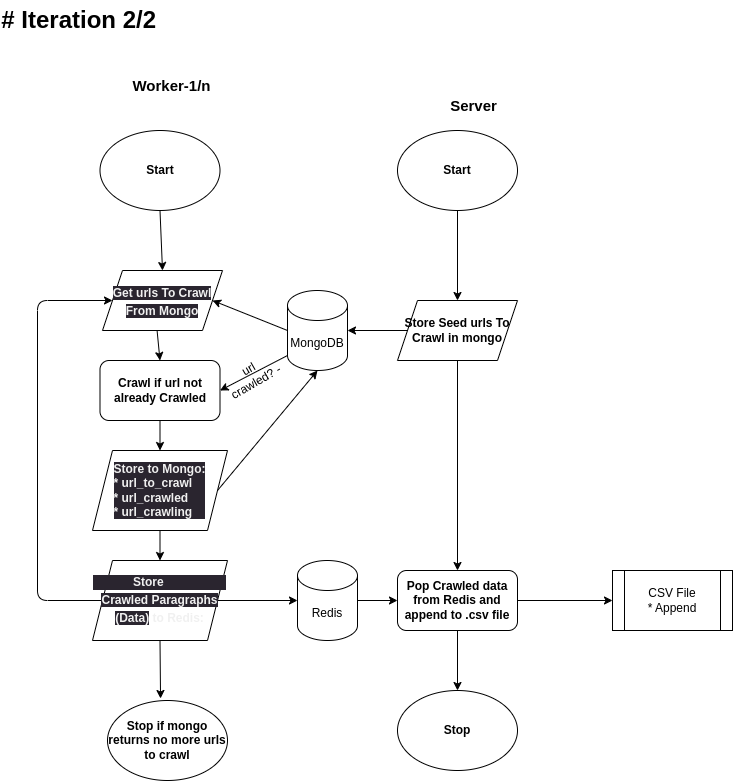
Above: server/workflow.png in Aananda-giri/scrapy_engine (draw.io), before the change. Source tidied: cells renumbered, new cells last; positions are measured from the earlier drawing's top-left corner, leaving out a move shared by most shapes.
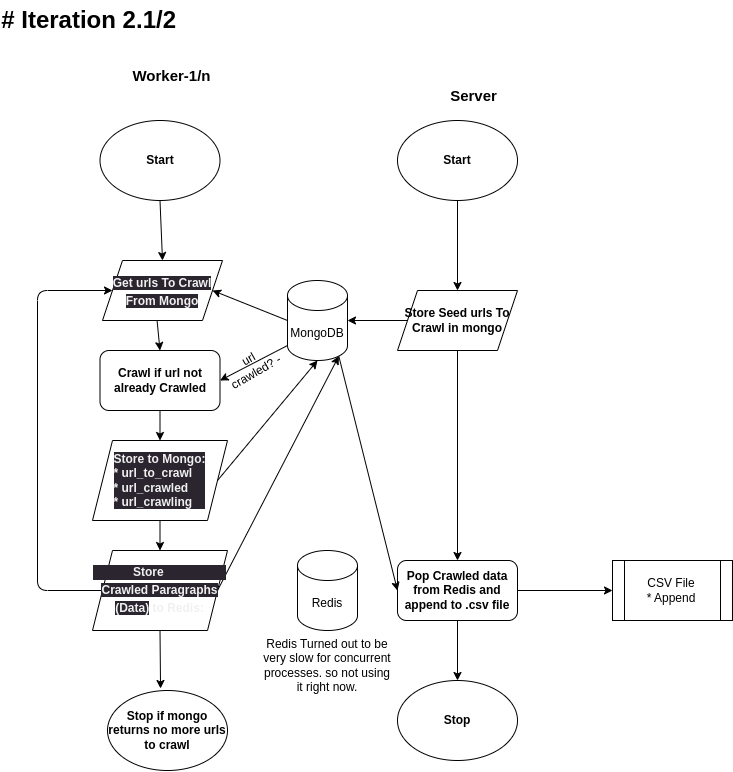
Later version of the same file.

Commit message:
using mongo db instead of redis for crawled_data transfer (redis is not being used at all at this point)

Change to the diagram source:
```diff
@@ -56,10 +56,7 @@
     <mxCell id="19" value="CSV File&lt;br&gt;* Append" style="shape=process;whiteSpace=wrap;html=1;backgroundOutline=1;" parent="1" vertex="1">
       <mxGeometry x="605" y="570" width="120" height="60" as="geometry" />
     </mxCell>
-    <mxCell id="20" value="# Iteration 2/2" style="text;strokeColor=none;fillColor=none;html=1;fontSize=24;fontStyle=1;verticalAlign=middle;align=right;" parent="1" vertex="1">
-      <mxGeometry width="150" height="40" as="geometry" />
-    </mxCell>
-    <mxCell id="21" style="edgeStyle=none;html=1;exitX=1;exitY=0.5;exitDx=0;exitDy=0;exitPerimeter=0;entryX=0;entryY=0.5;entryDx=0;entryDy=0;" parent="1" edge="1" source="22" target="14">
+    <mxCell id="21" style="edgeStyle=none;html=1;exitX=0.855;exitY=1;exitDx=0;exitDy=-4.35;exitPerimeter=0;entryX=0;entryY=0.5;entryDx=0;entryDy=0;" parent="1" edge="1" source="25" target="14">
       <mxGeometry relative="1" as="geometry" />
     </mxCell>
     <mxCell id="22" value="Redis" style="shape=cylinder3;whiteSpace=wrap;html=1;boundedLbl=1;backgroundOutline=1;size=15;" parent="1" vertex="1">
@@ -85,7 +82,7 @@
     <mxCell id="27" style="edgeStyle=none;html=1;exitX=0.5;exitY=1;exitDx=0;exitDy=0;entryX=0.442;entryY=-0.025;entryDx=0;entryDy=0;entryPerimeter=0;" parent="1" edge="1" source="32" target="8">
       <mxGeometry relative="1" as="geometry" />
     </mxCell>
-    <mxCell id="28" style="edgeStyle=none;html=1;entryX=0;entryY=0.5;entryDx=0;entryDy=0;entryPerimeter=0;exitX=1;exitY=0.5;exitDx=0;exitDy=0;" parent="1" edge="1" source="32" target="22">
+    <mxCell id="28" style="edgeStyle=none;html=1;entryX=0.855;entryY=1;entryDx=0;entryDy=-4.35;entryPerimeter=0;exitX=1;exitY=0.5;exitDx=0;exitDy=0;" parent="1" edge="1" source="32" target="25">
       <mxGeometry relative="1" as="geometry" />
     </mxCell>
     <mxCell id="29" value="url crawled? -" style="text;html=1;strokeColor=none;fillColor=none;align=center;verticalAlign=middle;whiteSpace=wrap;rounded=0;rotation=-30;" parent="1" vertex="1">
@@ -106,5 +103,11 @@
     <mxCell id="34" value="&lt;span style=&quot;color: rgb(240, 240, 240); font-family: Helvetica; font-size: 12px; font-style: normal; font-variant-ligatures: normal; font-variant-caps: normal; font-weight: 700; letter-spacing: normal; orphans: 2; text-align: center; text-indent: 0px; text-transform: none; widows: 2; word-spacing: 0px; -webkit-text-stroke-width: 0px; background-color: rgb(42, 37, 47); text-decoration-thickness: initial; text-decoration-style: initial; text-decoration-color: initial; float: none; display: inline !important;&quot;&gt;Get urls To Crawl From Mongo&lt;/span&gt;" style="shape=parallelogram;perimeter=parallelogramPerimeter;whiteSpace=wrap;html=1;fixedSize=1;fontSize=15;" parent="1" vertex="1">
       <mxGeometry x="95" y="270" width="120" height="60" as="geometry" />
     </mxCell>
+    <mxCell id="35" value="Redis Turned out to be very slow for concurrent processes. so not using it right now." style="text;html=1;strokeColor=none;fillColor=none;align=center;verticalAlign=middle;whiteSpace=wrap;rounded=0;rotation=0;" parent="1" vertex="1">
+      <mxGeometry x="255" y="650" width="130" height="50" as="geometry" />
+    </mxCell>
+    <mxCell id="36" value="# Iteration 2.1/2" style="text;strokeColor=none;fillColor=none;html=1;fontSize=24;fontStyle=1;verticalAlign=middle;align=right;" parent="1" vertex="1">
+      <mxGeometry x="20" y="10" width="150" height="40" as="geometry" />
+    </mxCell>
   </root>
 </mxGraphModel>
```
